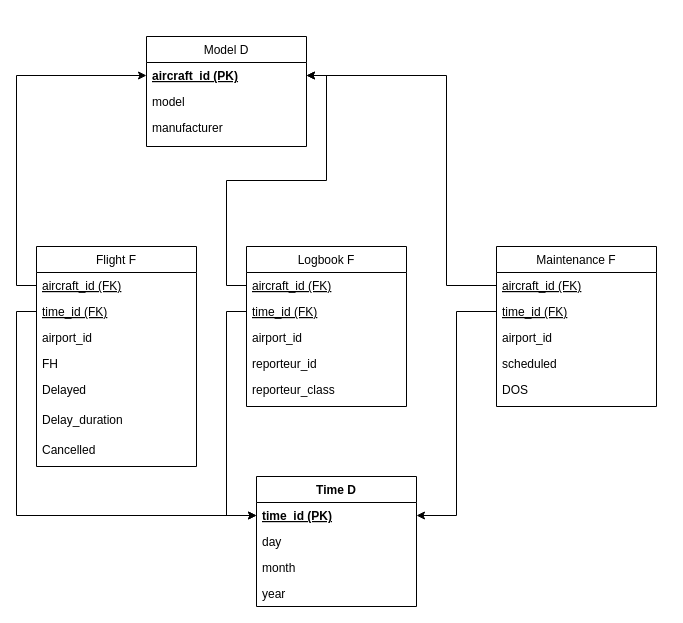
Before: pw1.drawio in AdriaCoding/DW, a draw.io diagram. Source tidied: cells renumbered, new cells numbered last; positions are measured from the earlier drawing's top-left corner, leaving out a move shared by most shapes. Both pictures are drawn from the tidied source at 100%, with x=0, y=0 at pixel (36, 36).
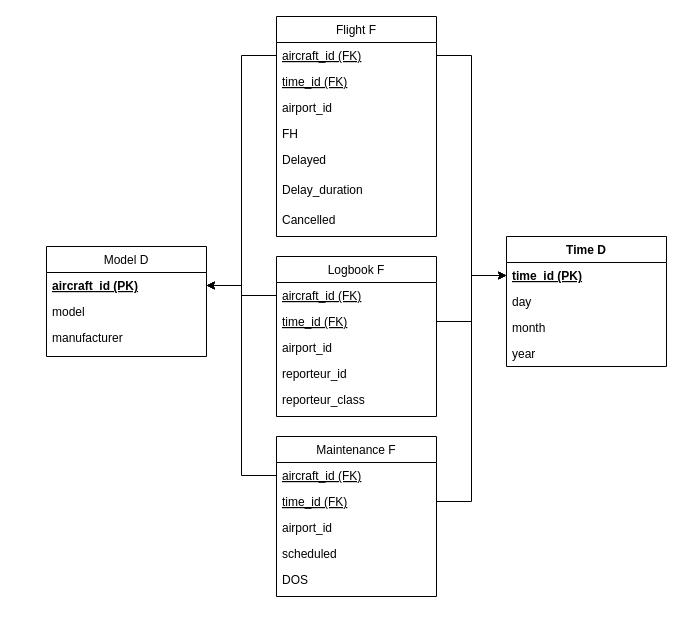
After the change.

Commit message:
More symmetric disposition

The change refers to these unchanged cells:
```xml
<mxCell id="3" value="aircraft_id (PK)" style="text;align=left;verticalAlign=top;spacingLeft=4;spacingRight=4;overflow=hidden;points=[[0,0.5],[1,0.5]];portConstraint=eastwest;fontStyle=5;" parent="2" vertex="1">
  <mxGeometry y="26" width="160" height="26" as="geometry" />
</mxCell>
<mxCell id="7" value="aircraft_id (FK)" style="text;align=left;verticalAlign=top;spacingLeft=4;spacingRight=4;overflow=hidden;points=[[0,0.5],[1,0.5]];portConstraint=eastwest;rounded=0;shadow=0;html=0;fontStyle=4;" parent="6" vertex="1">
  <mxGeometry y="26" width="160" height="26" as="geometry" />
</mxCell>
<mxCell id="8" value="time_id (FK)" style="text;align=left;verticalAlign=top;spacingLeft=4;spacingRight=4;overflow=hidden;points=[[0,0.5],[1,0.5]];portConstraint=eastwest;fontStyle=4;" parent="6" vertex="1">
  <mxGeometry y="52" width="160" height="26" as="geometry" />
</mxCell>
<mxCell id="13" value="time_id (PK)" style="text;align=left;verticalAlign=top;spacingLeft=4;spacingRight=4;overflow=hidden;points=[[0,0.5],[1,0.5]];portConstraint=eastwest;fontStyle=5;" parent="12" vertex="1">
  <mxGeometry y="26" width="160" height="26" as="geometry" />
</mxCell>
<mxCell id="18" value="aircraft_id (FK)" style="text;align=left;verticalAlign=top;spacingLeft=4;spacingRight=4;overflow=hidden;points=[[0,0.5],[1,0.5]];portConstraint=eastwest;fontStyle=4;" parent="17" vertex="1">
  <mxGeometry y="26" width="160" height="26" as="geometry" />
</mxCell>
<mxCell id="19" value="time_id (FK)" style="text;align=left;verticalAlign=top;spacingLeft=4;spacingRight=4;overflow=hidden;points=[[0,0.5],[1,0.5]];portConstraint=eastwest;rounded=0;shadow=0;html=0;fontStyle=4;" parent="17" vertex="1">
  <mxGeometry y="52" width="160" height="26" as="geometry" />
</mxCell>
<mxCell id="26" value="aircraft_id (FK)" style="text;align=left;verticalAlign=top;spacingLeft=4;spacingRight=4;overflow=hidden;points=[[0,0.5],[1,0.5]];portConstraint=eastwest;rounded=0;shadow=0;html=0;fontStyle=4;" parent="25" vertex="1">
  <mxGeometry y="26" width="160" height="26" as="geometry" />
</mxCell>
<mxCell id="27" value="time_id (FK)" style="text;align=left;verticalAlign=top;spacingLeft=4;spacingRight=4;overflow=hidden;points=[[0,0.5],[1,0.5]];portConstraint=eastwest;fontStyle=4;" parent="25" vertex="1">
  <mxGeometry y="52" width="160" height="26" as="geometry" />
</mxCell>
```

What changed in the source:
```diff
@@
     <mxCell id="2" value="Model D" style="swimlane;fontStyle=0;align=center;verticalAlign=top;horizontal=1;startSize=26;rounded=0;shadow=0;strokeWidth=1;" parent="1" vertex="1">
-      <mxGeometry x="110" width="160" height="110" as="geometry" />
+      <mxGeometry x="10" y="210" width="160" height="110" as="geometry" />
     </mxCell>
@@
     <mxCell id="6" value="Logbook F" style="swimlane;fontStyle=0;align=center;verticalAlign=top;horizontal=1;startSize=26;rounded=0;shadow=0;strokeWidth=1;" parent="1" vertex="1">
-      <mxGeometry x="210" y="210" width="160" height="160" as="geometry" />
+      <mxGeometry x="240" y="220" width="160" height="160" as="geometry" />
     </mxCell>
@@
     <mxCell id="12" value="Time D" style="swimlane;fontStyle=1;align=center;verticalAlign=top;horizontal=1;startSize=26;rounded=0;shadow=0;strokeWidth=1;" parent="1" vertex="1">
-      <mxGeometry x="220" y="440" width="160" height="130" as="geometry" />
+      <mxGeometry x="470" y="200" width="160" height="130" as="geometry" />
     </mxCell>
@@
     <mxCell id="17" value="Flight F" style="swimlane;fontStyle=0;align=center;verticalAlign=top;horizontal=1;startSize=26;rounded=0;shadow=0;strokeWidth=1;" parent="1" vertex="1">
-      <mxGeometry y="210" width="160" height="220" as="geometry" />
+      <mxGeometry x="240" y="-20" width="160" height="220" as="geometry" />
     </mxCell>
@@
     <mxCell id="25" value="Maintenance F" style="swimlane;fontStyle=0;align=center;verticalAlign=top;horizontal=1;startSize=26;rounded=0;shadow=0;strokeWidth=1;" parent="1" vertex="1">
-      <mxGeometry x="460" y="210" width="160" height="160" as="geometry" />
+      <mxGeometry x="240" y="400" width="160" height="160" as="geometry" />
     </mxCell>
@@
-    <mxCell id="31" style="edgeStyle=orthogonalEdgeStyle;rounded=0;jettySize=auto;html=1;exitX=0;exitY=0.5;exitDx=0;exitDy=0;entryX=0;entryY=0.5;entryDx=0;entryDy=0;" parent="1" edge="1" source="18" target="3">
+    <mxCell id="31" style="edgeStyle=orthogonalEdgeStyle;rounded=0;jettySize=auto;html=1;exitX=0;exitY=0.5;exitDx=0;exitDy=0;entryX=1;entryY=0.5;entryDx=0;entryDy=0;" parent="1" edge="1" source="18" target="3">
       <mxGeometry relative="1" as="geometry" />
     </mxCell>
+    <mxCell id="33" style="edgeStyle=orthogonalEdgeStyle;rounded=0;jettySize=auto;html=1;exitX=0;exitY=0.5;exitDx=0;exitDy=0;entryX=1;entryY=0.5;entryDx=0;entryDy=0;" parent="1" edge="1" source="7" target="3">
+      <mxGeometry relative="1" as="geometry" />
+    </mxCell>
-    <mxCell id="32" style="edgeStyle=orthogonalEdgeStyle;rounded=0;jettySize=auto;html=1;exitX=0;exitY=0.5;exitDx=0;exitDy=0;entryX=1;entryY=0.5;entryDx=0;entryDy=0;" parent="1" edge="1" source="26" target="3">
-      <mxGeometry relative="1" as="geometry">
-        <Array as="points">
-          <mxPoint x="410" y="249" />
-          <mxPoint x="410" y="39" />
-        </Array>
-      </mxGeometry>
+    <mxCell id="32" style="edgeStyle=orthogonalEdgeStyle;rounded=0;jettySize=auto;html=1;exitX=0;exitY=0.5;exitDx=0;exitDy=0;" parent="1" edge="1" source="26" target="3">
+      <mxGeometry relative="1" as="geometry" />
     </mxCell>
-    <mxCell id="33" style="edgeStyle=orthogonalEdgeStyle;rounded=0;jettySize=auto;html=1;entryX=1;entryY=0.5;entryDx=0;entryDy=0;" parent="1" edge="1" source="7" target="3">
-      <mxGeometry relative="1" as="geometry" />
-    </mxCell>
+    <mxCell id="35" style="edgeStyle=orthogonalEdgeStyle;rounded=0;jettySize=auto;html=1;exitX=1;exitY=0.5;exitDx=0;exitDy=0;entryX=0;entryY=0.5;entryDx=0;entryDy=0;" parent="1" edge="1" source="27" target="13">
+      <mxGeometry relative="1" as="geometry" />
+    </mxCell>
-    <mxCell id="34" style="edgeStyle=orthogonalEdgeStyle;rounded=0;jettySize=auto;html=1;exitX=0;exitY=0.5;exitDx=0;exitDy=0;entryX=0;entryY=0.5;entryDx=0;entryDy=0;" parent="1" edge="1" source="8" target="13">
+    <mxCell id="34" style="edgeStyle=orthogonalEdgeStyle;rounded=0;jettySize=auto;html=1;exitX=1;exitY=0.5;exitDx=0;exitDy=0;entryX=0;entryY=0.5;entryDx=0;entryDy=0;" parent="1" edge="1" source="8" target="13">
       <mxGeometry relative="1" as="geometry" />
     </mxCell>
-    <mxCell id="35" style="edgeStyle=orthogonalEdgeStyle;rounded=0;jettySize=auto;html=1;exitX=0;exitY=0.5;exitDx=0;exitDy=0;entryX=1;entryY=0.5;entryDx=0;entryDy=0;" parent="1" edge="1" source="27" target="13">
-      <mxGeometry relative="1" as="geometry" />
-    </mxCell>
-    <mxCell id="36" style="edgeStyle=orthogonalEdgeStyle;rounded=0;jettySize=auto;html=1;exitX=0;exitY=0.5;exitDx=0;exitDy=0;entryX=0;entryY=0.5;entryDx=0;entryDy=0;" parent="1" edge="1" source="19" target="13">
-      <mxGeometry relative="1" as="geometry" />
-    </mxCell>
+    <mxCell id="37" style="edgeStyle=orthogonalEdgeStyle;rounded=0;jettySize=auto;html=1;exitX=1;exitY=0.5;exitDx=0;exitDy=0;" parent="1" edge="1" source="18" target="13">
+      <mxGeometry relative="1" as="geometry" />
+    </mxCell>
```
